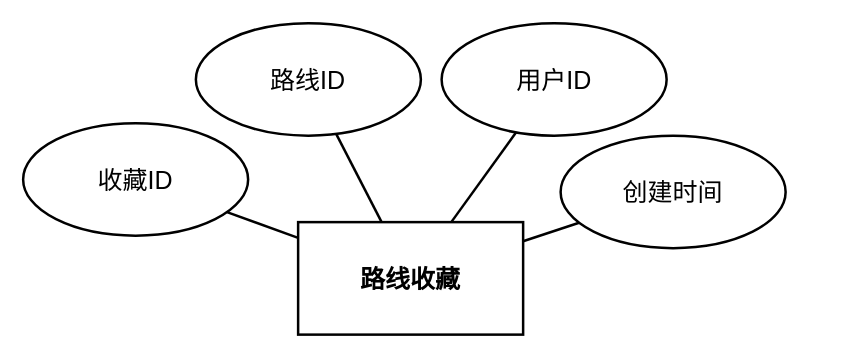
The draw.io diagram DOCS/architecture-diagrams/sources/实体图/trail_favorites/trail_favorites_entity.drawio in 612cs/TrailQuest, before the edit. Source tidied: cells renumbered, new cells numbered last; positions are measured from the earlier drawing's top-left corner, leaving out a move shared by most shapes. Both pictures are drawn from the tidied source at 125%, with x=0, y=0 at pixel (22, 22).
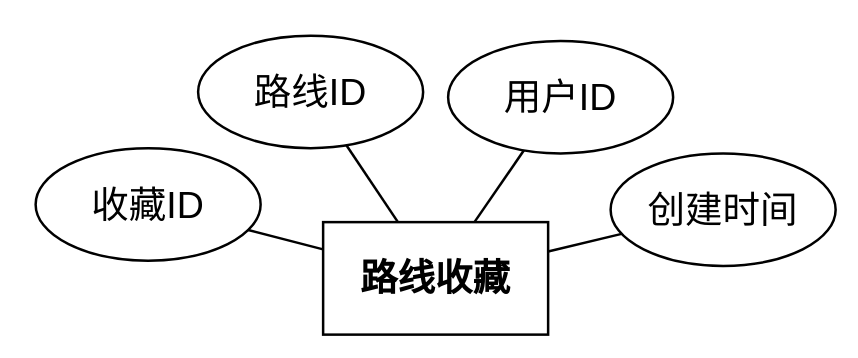
The same diagram, later.

Diff of the diagram source:
```diff
@@
 <mxGraphModel>
   <root>
     <mxCell id="0" />
     <mxCell id="1" parent="0" />
-    <mxCell id="2" value="路线收藏" style="rounded=0;whiteSpace=wrap;html=1;fillColor=none;strokeColor=#000000;fontColor=#000000;fontFamily=Arial;fontSize=20;fontStyle=1;align=center;verticalAlign=middle;strokeWidth=2;gradientColor=none;shadow=0;glass=0;" parent="1" vertex="1">
-      <mxGeometry x="220" y="159.2" width="180" height="90" as="geometry" />
+    <mxCell id="2" value="路线收藏" style="rounded=0;whiteSpace=wrap;html=1;fillColor=none;strokeColor=#000000;fontColor=#000000;fontFamily=Arial;fontSize=30;fontStyle=1;align=center;verticalAlign=middle;strokeWidth=2;gradientColor=none;shadow=0;glass=0;" parent="1" vertex="1">
+      <mxGeometry x="240" y="159.2" width="180" height="90" as="geometry" />
     </mxCell>
-    <mxCell id="3" value="收藏ID" style="ellipse;whiteSpace=wrap;html=1;fillColor=none;strokeColor=#000000;fontColor=#000000;fontFamily=Arial;fontSize=20;align=center;verticalAlign=middle;strokeWidth=2;gradientColor=none;shadow=0;glass=0;" parent="1" vertex="1">
-      <mxGeometry y="80" width="180" height="90" as="geometry" />
+    <mxCell id="3" value="收藏ID" style="ellipse;whiteSpace=wrap;html=1;fillColor=none;strokeColor=#000000;fontColor=#000000;fontFamily=Arial;fontSize=30;align=center;verticalAlign=middle;strokeWidth=2;gradientColor=none;shadow=0;glass=0;" parent="1" vertex="1">
+      <mxGeometry x="10" y="100" width="180" height="90" as="geometry" />
     </mxCell>
-    <mxCell id="4" value="路线ID" style="ellipse;whiteSpace=wrap;html=1;fillColor=none;strokeColor=#000000;fontColor=#000000;fontFamily=Arial;fontSize=20;align=center;verticalAlign=middle;strokeWidth=2;gradientColor=none;shadow=0;glass=0;" parent="1" vertex="1">
-      <mxGeometry x="138.2" width="180" height="90" as="geometry" />
+    <mxCell id="4" value="路线ID" style="ellipse;whiteSpace=wrap;html=1;fillColor=none;strokeColor=#000000;fontColor=#000000;fontFamily=Arial;fontSize=30;align=center;verticalAlign=middle;strokeWidth=2;gradientColor=none;shadow=0;glass=0;" parent="1" vertex="1">
+      <mxGeometry x="140" y="10" width="180" height="90" as="geometry" />
     </mxCell>
-    <mxCell id="5" value="用户ID" style="ellipse;whiteSpace=wrap;html=1;fillColor=none;strokeColor=#000000;fontColor=#000000;fontFamily=Arial;fontSize=20;align=center;verticalAlign=middle;strokeWidth=2;gradientColor=none;shadow=0;glass=0;" parent="1" vertex="1">
-      <mxGeometry x="334.8" width="180" height="90" as="geometry" />
+    <mxCell id="5" value="用户ID" style="ellipse;whiteSpace=wrap;html=1;fillColor=none;strokeColor=#000000;fontColor=#000000;fontFamily=Arial;fontSize=30;align=center;verticalAlign=middle;strokeWidth=2;gradientColor=none;shadow=0;glass=0;" parent="1" vertex="1">
+      <mxGeometry x="340" y="14.2" width="180" height="90" as="geometry" />
     </mxCell>
-    <mxCell id="6" value="创建时间" style="ellipse;whiteSpace=wrap;html=1;fillColor=none;strokeColor=#000000;fontColor=#000000;fontFamily=Arial;fontSize=20;align=center;verticalAlign=middle;strokeWidth=2;gradientColor=none;shadow=0;glass=0;" parent="1" vertex="1">
-      <mxGeometry x="430" y="90" width="180" height="90" as="geometry" />
+    <mxCell id="6" value="创建时间" style="ellipse;whiteSpace=wrap;html=1;fillColor=none;strokeColor=#000000;fontColor=#000000;fontFamily=Arial;fontSize=30;align=center;verticalAlign=middle;strokeWidth=2;gradientColor=none;shadow=0;glass=0;" parent="1" vertex="1">
+      <mxGeometry x="470" y="104.2" width="180" height="90" as="geometry" />
     </mxCell>
-    <mxCell id="7" style="endArrow=none;html=1;rounded=0;strokeColor=#000000;strokeWidth=2;" parent="1" edge="1" source="2" target="3">
+    <mxCell id="7" style="endArrow=none;html=1;rounded=0;strokeColor=#000000;strokeWidth=2;fontSize=30;" parent="1" edge="1" source="2" target="3">
       <mxGeometry relative="1" as="geometry" />
     </mxCell>
-    <mxCell id="8" style="endArrow=none;html=1;rounded=0;strokeColor=#000000;strokeWidth=2;" parent="1" edge="1" source="2" target="4">
+    <mxCell id="8" style="endArrow=none;html=1;rounded=0;strokeColor=#000000;strokeWidth=2;fontSize=30;" parent="1" edge="1" source="2" target="4">
       <mxGeometry relative="1" as="geometry" />
     </mxCell>
-    <mxCell id="9" style="endArrow=none;html=1;rounded=0;strokeColor=#000000;strokeWidth=2;" parent="1" edge="1" source="2" target="5">
+    <mxCell id="9" style="endArrow=none;html=1;rounded=0;strokeColor=#000000;strokeWidth=2;fontSize=30;" parent="1" edge="1" source="2" target="5">
       <mxGeometry relative="1" as="geometry" />
     </mxCell>
-    <mxCell id="10" style="endArrow=none;html=1;rounded=0;strokeColor=#000000;strokeWidth=2;" parent="1" edge="1" source="2" target="6">
+    <mxCell id="10" style="endArrow=none;html=1;rounded=0;strokeColor=#000000;strokeWidth=2;fontSize=30;" parent="1" edge="1" source="2" target="6">
       <mxGeometry relative="1" as="geometry" />
     </mxCell>
   </root>
 </mxGraphModel>
```
